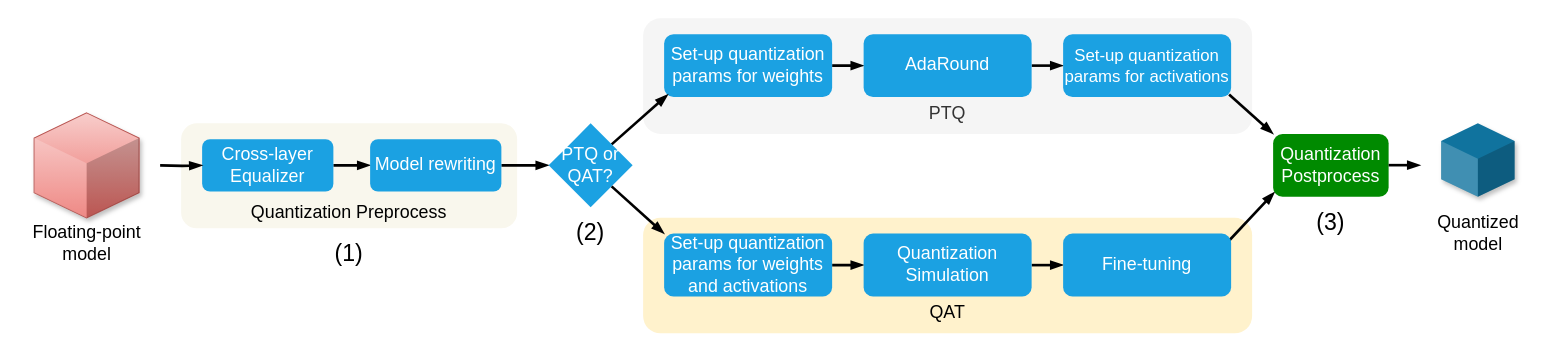
hoangtv2000/document-collection keeps this draw.io diagram as Untitled Diagram.drawio. Above is the earlier version. Source tidied: cells renumbered, new cells numbered last; positions are measured from the earlier drawing's top-left corner, leaving out a move shared by most shapes. Both pictures are drawn from the tidied source at 105%, with x=0, y=0 at pixel (18, 18).
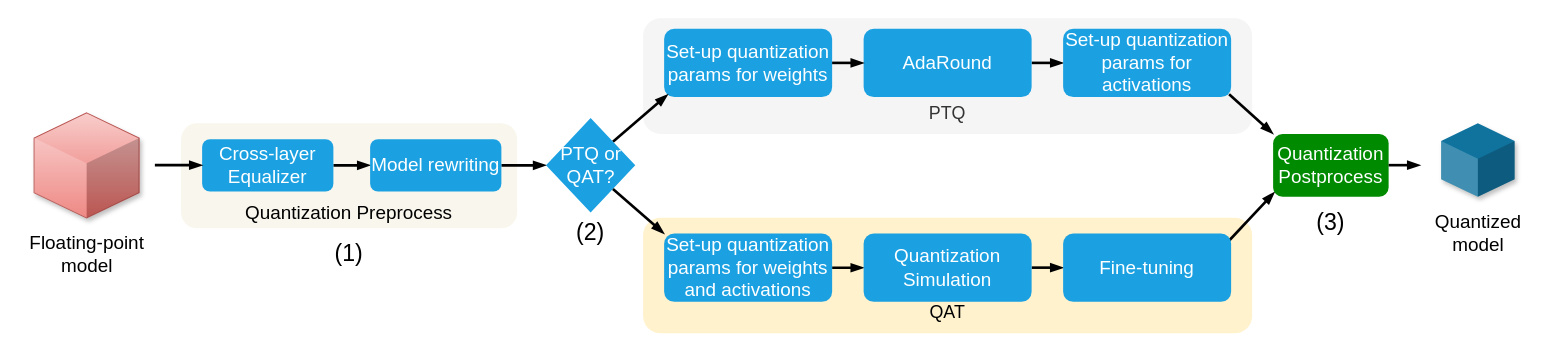
Above is the later version.

What changed in the source:
```diff
@@
-    <mxCell id="3" style="edgeStyle=orthogonalEdgeStyle;rounded=0;jettySize=auto;html=1;strokeColor=default;strokeWidth=2.5;align=center;verticalAlign=middle;fontFamily=Helvetica;fontSize=11;fontColor=default;labelBackgroundColor=default;endArrow=blockThin;endFill=1;entryX=0;entryY=0.5;entryDx=0;entryDy=0;" parent="1" edge="1" source="4">
-      <mxGeometry relative="1" as="geometry">
-        <mxPoint x="805" y="45" as="targetPoint" />
-      </mxGeometry>
-    </mxCell>
-    <mxCell id="4" value="&lt;font style=&quot;font-size: 17px;&quot;&gt;Set-up quantization&lt;br style=&quot;font-size: 17px;&quot;&gt;params for weights&lt;/font&gt;" style="rounded=1;whiteSpace=wrap;html=1;fillColor=#1ba1e2;strokeColor=none;fontColor=#ffffff;shadow=0;fontSize=17;" parent="1" vertex="1">
-      <mxGeometry x="615" y="15" width="160" height="60" as="geometry" />
+    <mxCell id="4" value="&lt;font style=&quot;font-size: 18px;&quot;&gt;Set-up quantization&lt;br style=&quot;&quot;&gt;params for weights&lt;/font&gt;" style="rounded=1;whiteSpace=wrap;html=1;fillColor=#1ba1e2;strokeColor=none;fontColor=#ffffff;shadow=0;fontSize=17;" parent="1" vertex="1">
+      <mxGeometry x="615" y="10" width="160" height="65" as="geometry" />
     </mxCell>
-    <mxCell id="5" style="edgeStyle=orthogonalEdgeStyle;rounded=0;orthogonalLoop=1;jettySize=auto;html=1;entryX=0;entryY=0.5;entryDx=0;entryDy=0;strokeColor=default;strokeWidth=2.5;align=center;verticalAlign=middle;fontFamily=Helvetica;fontSize=11;fontColor=default;labelBackgroundColor=default;endArrow=blockThin;endFill=1;" parent="1" edge="1">
-      <mxGeometry relative="1" as="geometry">
-        <mxPoint x="965" y="45" as="sourcePoint" />
-        <mxPoint x="995" y="45" as="targetPoint" />
-      </mxGeometry>
-    </mxCell>
+    <mxCell id="34" style="edgeStyle=orthogonalEdgeStyle;rounded=0;orthogonalLoop=1;jettySize=auto;html=1;entryX=0;entryY=0.5;entryDx=0;entryDy=0;strokeColor=default;strokeWidth=2.5;align=center;verticalAlign=middle;fontFamily=Helvetica;fontSize=11;fontColor=default;labelBackgroundColor=default;endArrow=blockThin;endFill=1;" parent="1" edge="1">
+      <mxGeometry relative="1" as="geometry">
+        <mxPoint x="965" y="42.4" as="sourcePoint" />
+        <mxPoint x="995" y="42.4" as="targetPoint" />
+      </mxGeometry>
+    </mxCell>
-    <mxCell id="6" value="&lt;font style=&quot;font-size: 17px;&quot;&gt;AdaRound&lt;/font&gt;" style="rounded=1;whiteSpace=wrap;html=1;fillColor=#1ba1e2;strokeColor=none;fontColor=#ffffff;shadow=0;fontSize=17;" parent="1" vertex="1">
-      <mxGeometry x="805" y="15" width="160" height="60" as="geometry" />
+    <mxCell id="6" value="&lt;font style=&quot;font-size: 18px;&quot;&gt;AdaRound&lt;/font&gt;" style="rounded=1;whiteSpace=wrap;html=1;fillColor=#1ba1e2;strokeColor=none;fontColor=#ffffff;shadow=0;fontSize=18;" parent="1" vertex="1">
+      <mxGeometry x="805" y="10" width="160" height="65" as="geometry" />
     </mxCell>
-    <mxCell id="7" value="&lt;font style=&quot;font-size: 16px;&quot;&gt;Set-up quantization&lt;br&gt;params for activations&lt;/font&gt;" style="rounded=1;whiteSpace=wrap;html=1;fillColor=#1ba1e2;strokeColor=none;fontColor=#ffffff;shadow=0;fontSize=16;" parent="1" vertex="1">
-      <mxGeometry x="995" y="15" width="160" height="60" as="geometry" />
+    <mxCell id="7" value="&lt;font style=&quot;font-size: 18px;&quot;&gt;Set-up quantization&lt;br style=&quot;&quot;&gt;params for activations&lt;/font&gt;" style="rounded=1;whiteSpace=wrap;html=1;fillColor=#1ba1e2;strokeColor=none;fontColor=#ffffff;shadow=0;fontSize=17;" parent="1" vertex="1">
+      <mxGeometry x="995" y="10" width="160" height="65" as="geometry" />
     </mxCell>
-    <mxCell id="8" value="&lt;div&gt;&lt;br&gt;&lt;/div&gt;&lt;div&gt;&lt;br&gt;&lt;/div&gt;&lt;div&gt;&lt;br&gt;&lt;/div&gt;&lt;div&gt;&lt;br&gt;&lt;/div&gt;&lt;div&gt;&lt;br&gt;&lt;/div&gt;&lt;div&gt;&lt;font style=&quot;font-size: 17px;&quot;&gt;Quantization Preprocess&lt;/font&gt;&lt;/div&gt;" style="rounded=1;whiteSpace=wrap;html=1;fillColor=#f9f7ed;strokeColor=none;" parent="1" vertex="1">
+    <mxCell id="8" value="&lt;div&gt;&lt;br&gt;&lt;/div&gt;&lt;div&gt;&lt;br&gt;&lt;/div&gt;&lt;div&gt;&lt;br&gt;&lt;/div&gt;&lt;div&gt;&lt;br&gt;&lt;/div&gt;&lt;div&gt;&lt;br&gt;&lt;/div&gt;&lt;div&gt;&lt;font style=&quot;font-size: 18px;&quot;&gt;Quantization Preprocess&lt;/font&gt;&lt;/div&gt;" style="rounded=1;whiteSpace=wrap;html=1;fillColor=#f9f7ed;strokeColor=none;" parent="1" vertex="1">
       <mxGeometry x="155" y="100" width="320" height="100" as="geometry" />
     </mxCell>
@@
-    <mxCell id="10" style="verticalLabelPosition=bottom;verticalAlign=top;html=1;shape=mxgraph.infographic.shadedCube;isoAngle=15;fillColor=#f8cecc;strokeColor=#b85450;gradientColor=#ea6b66;shadow=1;" parent="1" vertex="1">
-      <mxGeometry x="15" y="90" width="100" height="100" as="geometry" />
-    </mxCell>
+    <mxCell id="35" style="verticalLabelPosition=bottom;verticalAlign=top;html=1;shape=mxgraph.infographic.shadedCube;isoAngle=15;fillColor=#f8cecc;strokeColor=#b85450;gradientColor=#ea6b66;shadow=1;" parent="1" vertex="1">
+      <mxGeometry x="15" y="90" width="100" height="100" as="geometry" />
+    </mxCell>
-    <mxCell id="11" value="&lt;font style=&quot;font-size: 17px;&quot;&gt;Floating-point&lt;br&gt;model&lt;/font&gt;" style="text;html=1;align=center;verticalAlign=middle;strokeColor=none;fillColor=none;" parent="1" vertex="1">
-      <mxGeometry y="190" width="130" height="50" as="geometry" />
+    <mxCell id="11" value="&lt;font style=&quot;font-size: 18px;&quot;&gt;Floating-point&lt;br style=&quot;font-size: 18px;&quot;&gt;model&lt;/font&gt;" style="text;html=1;align=center;verticalAlign=middle;strokeColor=none;fillColor=none;fontSize=18;" parent="1" vertex="1">
+      <mxGeometry y="195" width="130" height="60" as="geometry" />
     </mxCell>
@@
-    <mxCell id="13" value="&lt;font style=&quot;font-size: 17px;&quot;&gt;Cross-layer Equalizer&lt;/font&gt;" style="rounded=1;whiteSpace=wrap;html=1;fillColor=#1ba1e2;strokeColor=none;fontColor=#ffffff;shadow=0;fontSize=17;" parent="1" vertex="1">
+    <mxCell id="13" value="&lt;font style=&quot;font-size: 18px;&quot;&gt;Cross-layer Equalizer&lt;/font&gt;" style="rounded=1;whiteSpace=wrap;html=1;fillColor=#1ba1e2;strokeColor=none;fontColor=#ffffff;shadow=0;fontSize=17;" parent="1" vertex="1">
       <mxGeometry x="175" y="115" width="125" height="50" as="geometry" />
     </mxCell>
@@
-    <mxCell id="15" value="&lt;font style=&quot;font-size: 17px;&quot;&gt;Model rewriting&lt;/font&gt;" style="rounded=1;whiteSpace=wrap;html=1;fillColor=#1ba1e2;strokeColor=none;fontColor=#ffffff;shadow=0;fontSize=17;" parent="1" vertex="1">
+    <mxCell id="15" value="&lt;font style=&quot;font-size: 18px;&quot;&gt;Model rewriting&lt;/font&gt;" style="rounded=1;whiteSpace=wrap;html=1;fillColor=#1ba1e2;strokeColor=none;fontColor=#ffffff;shadow=0;fontSize=17;" parent="1" vertex="1">
       <mxGeometry x="335" y="115" width="125" height="50" as="geometry" />
     </mxCell>
-    <mxCell id="16" style="edgeStyle=orthogonalEdgeStyle;rounded=0;jettySize=auto;html=1;entryX=0;entryY=0.5;entryDx=0;entryDy=0;endArrow=blockThin;endFill=1;strokeWidth=2.5;exitX=1;exitY=0.5;exitDx=0;exitDy=0;" parent="1" edge="1" target="13">
-      <mxGeometry relative="1" as="geometry">
-        <mxPoint x="135" y="140" as="sourcePoint" />
-      </mxGeometry>
-    </mxCell>
+    <mxCell id="36" style="edgeStyle=orthogonalEdgeStyle;rounded=0;orthogonalLoop=1;jettySize=auto;html=1;entryX=0;entryY=0.5;entryDx=0;entryDy=0;endArrow=blockThin;endFill=1;strokeWidth=2.5;" parent="1" edge="1">
+      <mxGeometry relative="1" as="geometry">
+        <mxPoint x="130" y="139.8" as="sourcePoint" />
+        <mxPoint x="175" y="139.8" as="targetPoint" />
+      </mxGeometry>
+    </mxCell>
@@
-    <mxCell id="18" value="&lt;font style=&quot;font-size: 17px;&quot;&gt;PTQ or&lt;br style=&quot;font-size: 17px;&quot;&gt;QAT?&lt;/font&gt;" style="rhombus;whiteSpace=wrap;html=1;fillColor=#1ba1e2;strokeColor=none;fontColor=#ffffff;rounded=1;arcSize=0;shadow=0;fontSize=17;" parent="1" vertex="1">
-      <mxGeometry x="505" y="100" width="80" height="80" as="geometry" />
+    <mxCell id="18" value="&lt;font style=&quot;font-size: 18px;&quot;&gt;PTQ or&lt;br style=&quot;&quot;&gt;QAT?&lt;/font&gt;" style="rhombus;whiteSpace=wrap;html=1;fillColor=#1ba1e2;strokeColor=none;fontColor=#ffffff;rounded=1;arcSize=0;shadow=0;fontSize=17;" parent="1" vertex="1">
+      <mxGeometry x="502.5" y="95" width="85" height="90" as="geometry" />
     </mxCell>
-    <mxCell id="19" style="edgeStyle=orthogonalEdgeStyle;rounded=0;jettySize=auto;html=1;strokeColor=default;strokeWidth=2.5;align=center;verticalAlign=middle;fontFamily=Helvetica;fontSize=11;fontColor=default;labelBackgroundColor=default;endArrow=blockThin;endFill=1;entryX=0;entryY=0.5;entryDx=0;entryDy=0;" parent="1" edge="1" source="20">
-      <mxGeometry relative="1" as="geometry">
-        <mxPoint x="805" y="235" as="targetPoint" />
-      </mxGeometry>
-    </mxCell>
+    <mxCell id="37" style="edgeStyle=orthogonalEdgeStyle;rounded=0;jettySize=auto;html=1;strokeColor=default;strokeWidth=2.5;align=center;verticalAlign=middle;fontFamily=Helvetica;fontSize=11;fontColor=default;labelBackgroundColor=default;endArrow=blockThin;endFill=1;entryX=0;entryY=0.5;entryDx=0;entryDy=0;" parent="1" edge="1" source="20" target="29">
+      <mxGeometry relative="1" as="geometry" />
+    </mxCell>
-    <mxCell id="20" value="&lt;font style=&quot;font-size: 17px;&quot;&gt;Set-up quantization&lt;br style=&quot;font-size: 17px;&quot;&gt;params for weights and activations&lt;/font&gt;" style="rounded=1;whiteSpace=wrap;html=1;fillColor=#1ba1e2;strokeColor=none;fontColor=#ffffff;shadow=0;fontSize=17;" parent="1" vertex="1">
-      <mxGeometry x="615" y="205" width="160" height="60" as="geometry" />
+    <mxCell id="20" value="&lt;font style=&quot;font-size: 18px;&quot;&gt;Set-up quantization&lt;br style=&quot;&quot;&gt;params for weights and activations&lt;/font&gt;" style="rounded=1;whiteSpace=wrap;html=1;fillColor=#1ba1e2;strokeColor=none;fontColor=#ffffff;shadow=0;fontSize=17;" parent="1" vertex="1">
+      <mxGeometry x="615" y="205" width="160" height="65" as="geometry" />
     </mxCell>
@@
-    <mxCell id="23" style="edgeStyle=orthogonalEdgeStyle;rounded=0;orthogonalLoop=1;jettySize=auto;html=1;entryX=0;entryY=0.5;entryDx=0;entryDy=0;strokeColor=default;strokeWidth=2.5;align=center;verticalAlign=middle;fontFamily=Helvetica;fontSize=11;fontColor=default;labelBackgroundColor=default;endArrow=blockThin;endFill=1;" parent="1" edge="1">
-      <mxGeometry relative="1" as="geometry">
-        <mxPoint x="965" y="235" as="sourcePoint" />
-        <mxPoint x="995" y="235" as="targetPoint" />
-      </mxGeometry>
-    </mxCell>
-    <mxCell id="24" style="rounded=0;jettySize=auto;html=1;exitX=0.979;exitY=0.064;exitDx=0;exitDy=0;strokeColor=default;strokeWidth=2.5;align=center;verticalAlign=middle;fontFamily=Helvetica;fontSize=11;fontColor=default;labelBackgroundColor=default;endArrow=blockThin;endFill=1;entryX=0.012;entryY=0.925;entryDx=0;entryDy=0;entryPerimeter=0;exitPerimeter=0;" parent="1" edge="1" target="27">
-      <mxGeometry relative="1" as="geometry">
-        <mxPoint x="1151.6" y="213.2" as="sourcePoint" />
-      </mxGeometry>
-    </mxCell>
+    <mxCell id="38" style="edgeStyle=orthogonalEdgeStyle;rounded=0;orthogonalLoop=1;jettySize=auto;html=1;entryX=0;entryY=0.5;entryDx=0;entryDy=0;strokeColor=default;strokeWidth=2.5;align=center;verticalAlign=middle;fontFamily=Helvetica;fontSize=11;fontColor=default;labelBackgroundColor=default;endArrow=blockThin;endFill=1;" parent="1" edge="1">
+      <mxGeometry relative="1" as="geometry">
+        <mxPoint x="965" y="237.4" as="sourcePoint" />
+        <mxPoint x="995" y="237.4" as="targetPoint" />
+      </mxGeometry>
+    </mxCell>
+    <mxCell id="39" style="rounded=0;jettySize=auto;html=1;exitX=0.979;exitY=0.064;exitDx=0;exitDy=0;strokeColor=default;strokeWidth=2.5;align=center;verticalAlign=middle;fontFamily=Helvetica;fontSize=11;fontColor=default;labelBackgroundColor=default;endArrow=blockThin;endFill=1;entryX=0.012;entryY=0.925;entryDx=0;entryDy=0;entryPerimeter=0;exitPerimeter=0;" parent="1" edge="1" target="27">
+      <mxGeometry relative="1" as="geometry">
+        <mxPoint x="1151.6" y="213.2" as="sourcePoint" />
+      </mxGeometry>
+    </mxCell>
-    <mxCell id="25" value="&lt;span style=&quot;font-size: 17px;&quot;&gt;Quantized&lt;br&gt;model&lt;/span&gt;" style="text;html=1;align=center;verticalAlign=middle;strokeColor=none;fillColor=none;" parent="1" vertex="1">
-      <mxGeometry x="1340" y="180" width="100" height="50" as="geometry" />
+    <mxCell id="25" value="&lt;span style=&quot;font-size: 18px;&quot;&gt;Quantized&lt;br&gt;model&lt;/span&gt;" style="text;html=1;align=center;verticalAlign=middle;strokeColor=none;fillColor=none;" parent="1" vertex="1">
+      <mxGeometry x="1335" y="175" width="110" height="60" as="geometry" />
     </mxCell>
-    <mxCell id="26" style="verticalLabelPosition=bottom;verticalAlign=top;html=1;shape=mxgraph.infographic.shadedCube;isoAngle=15;fillColor=#10739E;strokeColor=none;fontFamily=Helvetica;fontSize=11;fontColor=default;labelBackgroundColor=default;shadow=1;" parent="1" vertex="1">
-      <mxGeometry x="1355" y="100" width="70" height="70" as="geometry" />
-    </mxCell>
+    <mxCell id="40" style="verticalLabelPosition=bottom;verticalAlign=top;html=1;shape=mxgraph.infographic.shadedCube;isoAngle=15;fillColor=#10739E;strokeColor=none;fontFamily=Helvetica;fontSize=11;fontColor=default;labelBackgroundColor=default;shadow=1;" parent="1" vertex="1">
+      <mxGeometry x="1355" y="100" width="70" height="70" as="geometry" />
+    </mxCell>
-    <mxCell id="27" value="&lt;font style=&quot;font-size: 17px;&quot;&gt;Quantization&lt;br style=&quot;font-size: 17px;&quot;&gt;Postprocess&lt;/font&gt;" style="rounded=1;whiteSpace=wrap;html=1;fillColor=#008a00;strokeColor=none;shadow=0;fontColor=#ffffff;fontSize=17;" parent="1" vertex="1">
+    <mxCell id="27" value="&lt;font style=&quot;font-size: 18px;&quot;&gt;Quantization&lt;br style=&quot;&quot;&gt;Postprocess&lt;/font&gt;" style="rounded=1;whiteSpace=wrap;html=1;fillColor=#008a00;strokeColor=none;shadow=0;fontColor=#ffffff;fontSize=17;" parent="1" vertex="1">
       <mxGeometry x="1195" y="110" width="110" height="60" as="geometry" />
     </mxCell>
-    <mxCell id="28" style="edgeStyle=orthogonalEdgeStyle;rounded=0;orthogonalLoop=1;jettySize=auto;html=1;entryX=0;entryY=0.5;entryDx=0;entryDy=0;endArrow=blockThin;endFill=1;strokeWidth=2.5;" parent="1" edge="1">
-      <mxGeometry relative="1" as="geometry">
-        <mxPoint x="1305" y="139.8" as="sourcePoint" />
-        <mxPoint x="1335" y="139.8" as="targetPoint" />
-        <Array as="points">
-          <mxPoint x="1335" y="139.8" />
-          <mxPoint x="1335" y="139.8" />
-        </Array>
-      </mxGeometry>
-    </mxCell>
+    <mxCell id="41" style="edgeStyle=orthogonalEdgeStyle;rounded=0;orthogonalLoop=1;jettySize=auto;html=1;entryX=0;entryY=0.5;entryDx=0;entryDy=0;endArrow=blockThin;endFill=1;strokeWidth=2.5;" parent="1" edge="1">
+      <mxGeometry relative="1" as="geometry">
+        <mxPoint x="1305" y="139.8" as="sourcePoint" />
+        <mxPoint x="1335" y="139.8" as="targetPoint" />
+        <Array as="points">
+          <mxPoint x="1335" y="139.8" />
+          <mxPoint x="1335" y="139.8" />
+        </Array>
+      </mxGeometry>
+    </mxCell>
-    <mxCell id="29" value="&lt;font style=&quot;font-size: 17px;&quot;&gt;Quantization Simulation&lt;/font&gt;" style="rounded=1;whiteSpace=wrap;html=1;fillColor=#1ba1e2;strokeColor=none;fontColor=#ffffff;shadow=0;fontSize=17;" parent="1" vertex="1">
-      <mxGeometry x="805" y="205" width="160" height="60" as="geometry" />
+    <mxCell id="29" value="&lt;font style=&quot;font-size: 18px;&quot;&gt;Quantization Simulation&lt;/font&gt;" style="rounded=1;whiteSpace=wrap;html=1;fillColor=#1ba1e2;strokeColor=none;fontColor=#ffffff;shadow=0;fontSize=18;" parent="1" vertex="1">
+      <mxGeometry x="805" y="205" width="160" height="65" as="geometry" />
     </mxCell>
-    <mxCell id="30" value="&lt;font style=&quot;font-size: 17px;&quot;&gt;Fine-tuning&lt;/font&gt;" style="rounded=1;whiteSpace=wrap;html=1;fillColor=#1ba1e2;strokeColor=none;fontColor=#ffffff;shadow=0;fontSize=17;" parent="1" vertex="1">
-      <mxGeometry x="995" y="205" width="160" height="60" as="geometry" />
+    <mxCell id="30" value="&lt;font style=&quot;font-size: 18px;&quot;&gt;Fine-tuning&lt;/font&gt;" style="rounded=1;whiteSpace=wrap;html=1;fillColor=#1ba1e2;strokeColor=none;fontColor=#ffffff;shadow=0;fontSize=18;" parent="1" vertex="1">
+      <mxGeometry x="995" y="205" width="160" height="65" as="geometry" />
     </mxCell>
@@
+    <mxCell id="42" style="edgeStyle=orthogonalEdgeStyle;rounded=0;orthogonalLoop=1;jettySize=auto;html=1;entryX=0;entryY=0.5;entryDx=0;entryDy=0;strokeColor=default;strokeWidth=2.5;align=center;verticalAlign=middle;fontFamily=Helvetica;fontSize=11;fontColor=default;labelBackgroundColor=default;endArrow=blockThin;endFill=1;" parent="1" edge="1">
+      <mxGeometry relative="1" as="geometry">
+        <mxPoint x="775" y="42.4" as="sourcePoint" />
+        <mxPoint x="805" y="42.4" as="targetPoint" />
+      </mxGeometry>
+    </mxCell>
```
